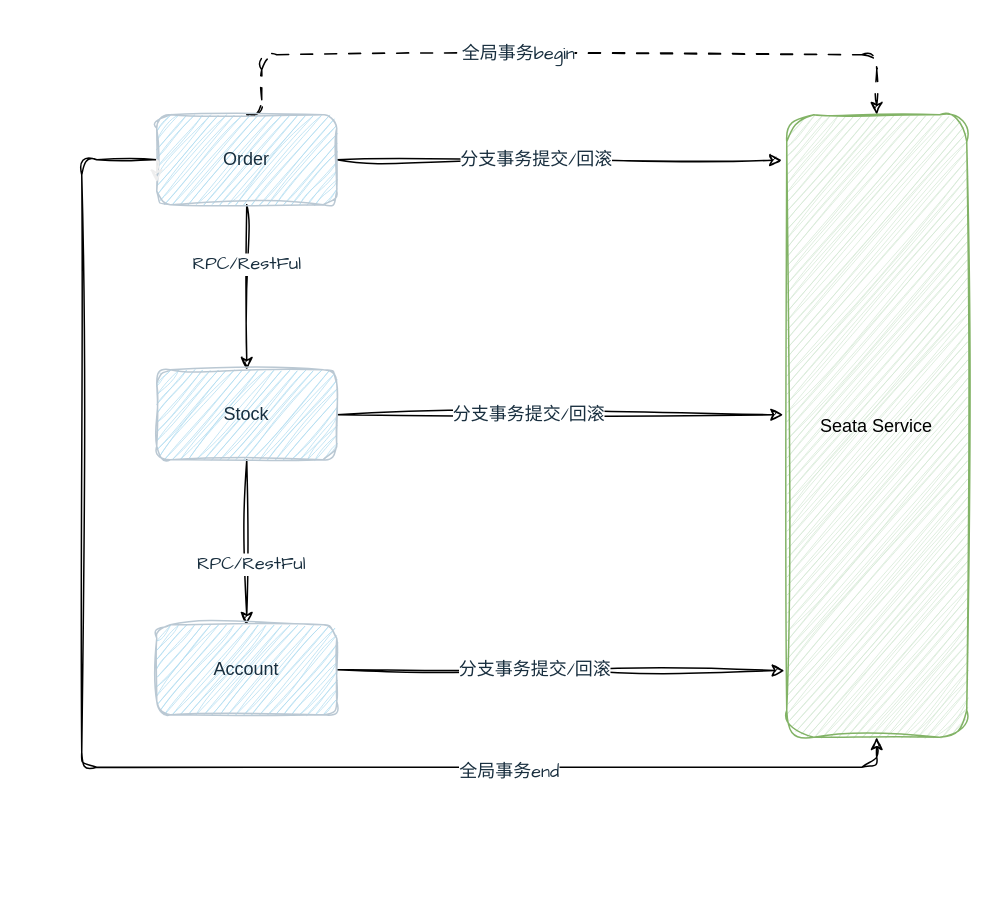
This is 分布式事务.drawio from lints123/draw_project, a draw.io file, before an edit. Source tidied: cells renumbered, new cells numbered last; positions are measured from the earlier drawing's top-left corner, leaving out a move shared by most shapes. Both pictures are drawn from the tidied source at 150%, with x=0, y=0 at pixel (81, 54).
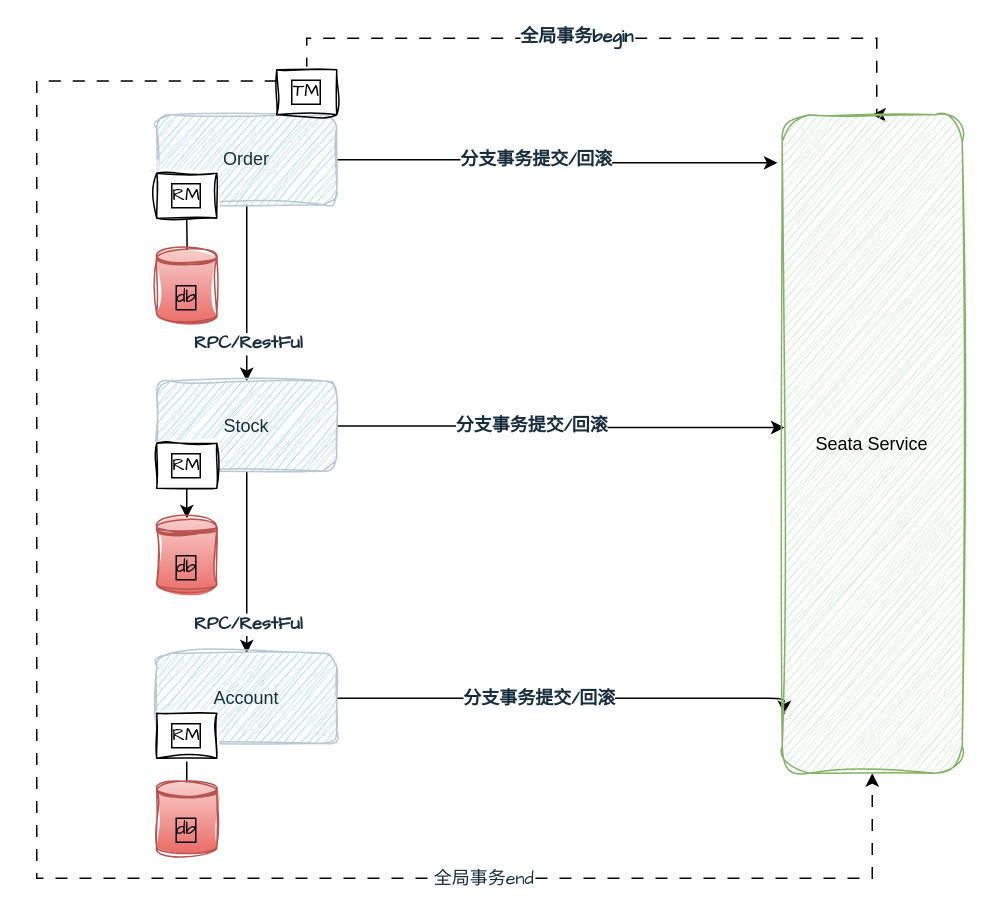
Above is the later version.

Commit message (it also covers changes not shown here):
更新分布式事务.drawio

The change refers to these unchanged cells:
```xml
<mxCell id="10" value="Order" style="rounded=1;whiteSpace=wrap;html=1;sketch=1;curveFitting=1;jiggle=2;labelBackgroundColor=none;fillColor=#B1DDF0;strokeColor=#BAC8D3;fontColor=#182E3E;" parent="1" vertex="1">
  <mxGeometry x="50" y="40" width="120" height="60" as="geometry" />
</mxCell>
```

Change to the diagram source:
```diff
@@
-    <mxCell id="2" style="edgeStyle=orthogonalEdgeStyle;rounded=1;jettySize=auto;html=1;sketch=1;curveFitting=1;jiggle=2;labelBackgroundColor=none;strokeColor=#000000;fontColor=default;" parent="1" edge="1" source="10" target="15">
+    <mxCell id="2" style="edgeStyle=orthogonalEdgeStyle;rounded=1;jettySize=auto;html=1;labelBackgroundColor=none;strokeColor=#000000;fontColor=default;" parent="1" edge="1" source="10" target="15">
       <mxGeometry relative="1" as="geometry" />
     </mxCell>
-    <mxCell id="3" value="RPC/RestFul" style="edgeLabel;html=1;align=center;verticalAlign=middle;fontSize=12;fontFamily=Architects Daughter;fontColor=#182E3E;" parent="2" vertex="1">
-      <mxGeometry x="-0.3" y="-1" relative="1" as="geometry" />
+    <mxCell id="3" value="RPC/RestFul" style="edgeLabel;align=center;verticalAlign=middle;fontSize=12;fontFamily=Architects Daughter;fontColor=#182E3E;html=1;fontStyle=1;" parent="2" vertex="1">
+      <mxGeometry x="-0.3" y="-1" relative="1" as="geometry">
+        <mxPoint x="1" y="51" as="offset" />
+      </mxGeometry>
     </mxCell>
-    <mxCell id="4" style="edgeStyle=orthogonalEdgeStyle;sketch=1;hachureGap=4;jiggle=2;curveFitting=1;jettySize=auto;html=1;entryX=0.5;entryY=0;entryDx=0;entryDy=0;strokeColor=#000000;fontFamily=Architects Daughter;fontSize=16;fontColor=#FFFFFF;dashed=1;rounded=1;dashPattern=8 8;exitX=0.5;exitY=0;exitDx=0;exitDy=0;" parent="1" edge="1" source="10" target="19">
+    <mxCell id="4" style="edgeStyle=orthogonalEdgeStyle;hachureGap=4;jettySize=auto;html=1;entryX=0.5;entryY=0;entryDx=0;entryDy=0;strokeColor=#000000;fontFamily=Architects Daughter;fontSize=16;fontColor=#FFFFFF;dashed=1;rounded=0;dashPattern=8 8;shadow=0;exitX=0.5;exitY=0;exitDx=0;exitDy=0;" parent="1" edge="1" source="22" target="19">
       <mxGeometry relative="1" as="geometry">
         <Array as="points">
-          <mxPoint x="120" y="40" />
-          <mxPoint x="120" />
-          <mxPoint x="530" />
+          <mxPoint x="150" y="-11" />
+          <mxPoint x="530" y="-11" />
         </Array>
       </mxGeometry>
     </mxCell>
-    <mxCell id="5" value="全局事务begin" style="edgeLabel;html=1;align=center;verticalAlign=middle;fontSize=12;fontFamily=Architects Daughter;fontColor=#182E3E;" parent="4" vertex="1">
+    <mxCell id="5" value="全局事务begin" style="edgeLabel;html=1;align=center;verticalAlign=middle;fontSize=12;fontFamily=Architects Daughter;fontColor=#182E3E;fontStyle=1;" parent="4" vertex="1">
       <mxGeometry x="-0.12" y="1" relative="1" as="geometry" />
     </mxCell>
-    <mxCell id="6" style="edgeStyle=orthogonalEdgeStyle;rounded=1;sketch=1;hachureGap=4;jiggle=2;curveFitting=1;jettySize=auto;html=1;strokeColor=#000000;fontFamily=Architects Daughter;fontSize=16;fontColor=#FFFFFF;entryX=-0.027;entryY=0.073;entryDx=0;entryDy=0;entryPerimeter=0;" parent="1" edge="1" source="10" target="19">
+    <mxCell id="6" style="edgeStyle=orthogonalEdgeStyle;rounded=1;hachureGap=4;jettySize=auto;html=1;strokeColor=#000000;fontFamily=Architects Daughter;fontSize=16;fontColor=#FFFFFF;entryX=-0.027;entryY=0.073;entryDx=0;entryDy=0;entryPerimeter=0;" parent="1" edge="1" source="10" target="19">
       <mxGeometry relative="1" as="geometry" />
     </mxCell>
-    <mxCell id="7" value="分支事务提交/回滚" style="edgeLabel;html=1;align=center;verticalAlign=middle;fontSize=12;fontFamily=Architects Daughter;fontColor=#182E3E;" parent="6" vertex="1">
+    <mxCell id="7" value="分支事务提交/回滚" style="edgeLabel;html=1;align=center;verticalAlign=middle;fontSize=12;fontFamily=Architects Daughter;fontColor=#182E3E;fontStyle=1;" parent="6" vertex="1">
       <mxGeometry x="-0.23" y="3" relative="1" as="geometry">
         <mxPoint x="18" y="3" as="offset" />
       </mxGeometry>
     </mxCell>
-    <mxCell id="8" style="edgeStyle=orthogonalEdgeStyle;rounded=1;sketch=1;hachureGap=4;jiggle=2;curveFitting=1;jettySize=auto;html=1;entryX=0.5;entryY=1;entryDx=0;entryDy=0;strokeColor=#000000;fontFamily=Architects Daughter;fontSize=12;fontColor=#FFFFFF;" parent="1" edge="1" source="10" target="19">
-      <mxGeometry relative="1" as="geometry">
-        <Array as="points">
-          <mxPoint y="70" />
-          <mxPoint y="475" />
-          <mxPoint x="530" y="475" />
-        </Array>
-      </mxGeometry>
-    </mxCell>
-    <mxCell id="9" value="全局事务end" style="edgeLabel;html=1;align=center;verticalAlign=middle;fontSize=12;fontFamily=Architects Daughter;fontColor=#182E3E;" parent="8" vertex="1">
-      <mxGeometry x="0.47" y="-3" relative="1" as="geometry" />
-    </mxCell>
@@
-    <mxCell id="11" style="edgeStyle=orthogonalEdgeStyle;rounded=1;jettySize=auto;html=1;sketch=1;curveFitting=1;jiggle=2;labelBackgroundColor=none;strokeColor=#000000;fontColor=default;" parent="1" edge="1" source="15" target="18">
+    <mxCell id="11" style="edgeStyle=orthogonalEdgeStyle;rounded=1;jettySize=auto;html=1;labelBackgroundColor=none;strokeColor=#000000;fontColor=default;" parent="1" edge="1" source="15" target="18">
       <mxGeometry relative="1" as="geometry" />
     </mxCell>
-    <mxCell id="12" value="RPC/RestFul" style="edgeLabel;html=1;align=center;verticalAlign=middle;fontSize=12;fontFamily=Architects Daughter;fontColor=#182E3E;" parent="11" vertex="1">
-      <mxGeometry x="0.26" y="2" relative="1" as="geometry" />
+    <mxCell id="12" value="RPC/RestFul" style="edgeLabel;html=1;align=center;verticalAlign=middle;fontSize=12;fontFamily=Architects Daughter;fontColor=#182E3E;fontStyle=1;" parent="11" vertex="1">
+      <mxGeometry x="0.26" y="2" relative="1" as="geometry">
+        <mxPoint x="-2" y="25" as="offset" />
+      </mxGeometry>
     </mxCell>
-    <mxCell id="13" style="edgeStyle=orthogonalEdgeStyle;rounded=1;sketch=1;hachureGap=4;jiggle=2;curveFitting=1;jettySize=auto;html=1;exitX=1;exitY=0.5;exitDx=0;exitDy=0;entryX=-0.02;entryY=0.482;entryDx=0;entryDy=0;entryPerimeter=0;strokeColor=#000000;fontFamily=Architects Daughter;fontSize=12;fontColor=#FFFFFF;" parent="1" edge="1" source="15" target="19">
+    <mxCell id="13" style="edgeStyle=orthogonalEdgeStyle;rounded=1;hachureGap=4;jettySize=auto;html=1;exitX=1;exitY=0.5;exitDx=0;exitDy=0;entryX=0.012;entryY=0.475;entryDx=0;entryDy=0;entryPerimeter=0;strokeColor=#000000;fontFamily=Architects Daughter;fontSize=12;fontColor=#FFFFFF;" parent="1" edge="1" source="15" target="19">
       <mxGeometry relative="1" as="geometry" />
     </mxCell>
-    <mxCell id="14" value="分支事务提交/回滚" style="edgeLabel;html=1;align=center;verticalAlign=middle;fontSize=12;fontFamily=Architects Daughter;fontColor=#182E3E;" parent="13" vertex="1">
+    <mxCell id="14" value="分支事务提交/回滚" style="edgeLabel;html=1;align=center;verticalAlign=middle;fontSize=12;fontFamily=Architects Daughter;fontColor=#182E3E;fontStyle=1;" parent="13" vertex="1">
       <mxGeometry x="-0.14" relative="1" as="geometry" />
     </mxCell>
     <mxCell id="15" value="Stock" style="whiteSpace=wrap;html=1;rounded=1;sketch=1;curveFitting=1;jiggle=2;labelBackgroundColor=none;fillColor=#B1DDF0;strokeColor=#BAC8D3;fontColor=#182E3E;" parent="1" vertex="1">
-      <mxGeometry x="50" y="210" width="120" height="60" as="geometry" />
+      <mxGeometry x="50" y="217.5" width="120" height="60" as="geometry" />
     </mxCell>
-    <mxCell id="16" style="edgeStyle=orthogonalEdgeStyle;rounded=1;sketch=1;hachureGap=4;jiggle=2;curveFitting=1;jettySize=auto;html=1;entryX=-0.013;entryY=0.893;entryDx=0;entryDy=0;entryPerimeter=0;strokeColor=#000000;fontFamily=Architects Daughter;fontSize=12;fontColor=#FFFFFF;" parent="1" edge="1" source="18" target="19">
-      <mxGeometry relative="1" as="geometry" />
+    <mxCell id="16" style="edgeStyle=orthogonalEdgeStyle;rounded=1;hachureGap=4;jettySize=auto;html=1;entryX=-0.013;entryY=0.893;entryDx=0;entryDy=0;entryPerimeter=0;strokeColor=#000000;fontFamily=Architects Daughter;fontSize=12;fontColor=#FFFFFF;" parent="1" edge="1" source="18">
+      <mxGeometry relative="1" as="geometry">
+        <mxPoint x="468.4" y="439.6" as="targetPoint" />
+        <Array as="points">
+          <mxPoint x="468" y="429" />
+        </Array>
+      </mxGeometry>
     </mxCell>
-    <mxCell id="17" value="分支事务提交/回滚" style="edgeLabel;html=1;align=center;verticalAlign=middle;fontSize=12;fontFamily=Architects Daughter;fontColor=#182E3E;" parent="16" vertex="1">
+    <mxCell id="17" value="分支事务提交/回滚" style="edgeLabel;html=1;align=center;verticalAlign=middle;fontSize=12;fontFamily=Architects Daughter;fontColor=#182E3E;fontStyle=1;" parent="16" vertex="1">
       <mxGeometry x="-0.24" y="-2" relative="1" as="geometry">
         <mxPoint x="17" y="-2" as="offset" />
       </mxGeometry>
     </mxCell>
     <mxCell id="18" value="Account" style="whiteSpace=wrap;html=1;rounded=1;sketch=1;curveFitting=1;jiggle=2;labelBackgroundColor=none;fillColor=#B1DDF0;strokeColor=#BAC8D3;fontColor=#182E3E;" parent="1" vertex="1">
-      <mxGeometry x="50" y="380" width="120" height="60" as="geometry" />
+      <mxGeometry x="50" y="399" width="120" height="60" as="geometry" />
     </mxCell>
+    <mxCell id="20" style="edgeStyle=orthogonalEdgeStyle;rounded=0;sketch=1;hachureGap=4;jiggle=2;curveFitting=1;orthogonalLoop=1;jettySize=auto;html=1;exitX=0;exitY=0.5;exitDx=0;exitDy=0;entryX=0;entryY=0.75;entryDx=0;entryDy=0;strokeColor=#EEEEEE;fontFamily=Architects Daughter;fontSize=16;fontColor=#FFFFFF;" parent="1" edge="1" source="10" target="10">
+      <mxGeometry relative="1" as="geometry" />
+    </mxCell>
+    <mxCell id="21" style="edgeStyle=orthogonalEdgeStyle;rounded=0;sketch=0;hachureGap=4;jiggle=2;curveFitting=1;jettySize=auto;html=1;exitX=0;exitY=0.25;exitDx=0;exitDy=0;entryX=0.5;entryY=1;entryDx=0;entryDy=0;shadow=0;strokeColor=#000000;fontFamily=Architects Daughter;fontSize=12;fontColor=#FFFFFF;dashed=1;dashPattern=8 8;" parent="1" edge="1" source="22" target="19">
+      <mxGeometry relative="1" as="geometry">
+        <Array as="points">
+          <mxPoint x="-30" y="18" />
+          <mxPoint x="-30" y="549" />
+          <mxPoint x="527" y="549" />
+        </Array>
+      </mxGeometry>
+    </mxCell>
+    <mxCell id="9" value="全局事务end" style="edgeLabel;html=1;align=center;verticalAlign=middle;fontSize=12;fontFamily=Architects Daughter;fontColor=#182E3E;" parent="21" vertex="1">
+      <mxGeometry x="0.5" relative="1" as="geometry" />
+    </mxCell>
+    <mxCell id="22" value="TM" style="rounded=0;whiteSpace=wrap;html=1;labelBorderColor=default;sketch=1;hachureGap=4;jiggle=2;curveFitting=1;fontFamily=Architects Daughter;fontSize=12;" parent="1" vertex="1">
+      <mxGeometry x="130" y="10" width="40" height="30" as="geometry" />
+    </mxCell>
+    <mxCell id="23" style="edgeStyle=orthogonalEdgeStyle;rounded=0;sketch=0;hachureGap=4;jiggle=2;curveFitting=1;jettySize=auto;html=1;exitX=0.5;exitY=1;exitDx=0;exitDy=0;entryX=0.51;entryY=0.28;entryDx=0;entryDy=0;entryPerimeter=0;shadow=0;strokeColor=#000000;fontFamily=Architects Daughter;fontSize=12;fontColor=#FFFFFF;" parent="1" edge="1" source="24" target="29">
+      <mxGeometry relative="1" as="geometry" />
+    </mxCell>
+    <mxCell id="24" value="RM" style="rounded=0;whiteSpace=wrap;html=1;labelBorderColor=default;sketch=1;hachureGap=4;jiggle=2;curveFitting=1;fontFamily=Architects Daughter;fontSize=12;" parent="1" vertex="1">
+      <mxGeometry x="50" y="79" width="40" height="30" as="geometry" />
+    </mxCell>
+    <mxCell id="25" style="edgeStyle=orthogonalEdgeStyle;rounded=0;sketch=0;hachureGap=4;jiggle=2;curveFitting=1;jettySize=auto;html=1;exitX=0.5;exitY=1;exitDx=0;exitDy=0;entryX=0.5;entryY=0;entryDx=0;entryDy=0;shadow=0;strokeColor=#000000;fontFamily=Architects Daughter;fontSize=12;fontColor=#FFFFFF;" parent="1" edge="1" source="26" target="31">
+      <mxGeometry relative="1" as="geometry">
+        <Array as="points">
+          <mxPoint x="70" y="519" />
+          <mxPoint x="70" y="519" />
+        </Array>
+      </mxGeometry>
+    </mxCell>
+    <mxCell id="26" value="RM" style="rounded=0;whiteSpace=wrap;html=1;labelBorderColor=default;sketch=1;hachureGap=4;jiggle=2;curveFitting=1;fontFamily=Architects Daughter;fontSize=12;" parent="1" vertex="1">
+      <mxGeometry x="50" y="439" width="40" height="30" as="geometry" />
+    </mxCell>
+    <mxCell id="27" style="edgeStyle=orthogonalEdgeStyle;rounded=0;sketch=0;hachureGap=4;jiggle=2;curveFitting=1;jettySize=auto;html=1;exitX=0.5;exitY=1;exitDx=0;exitDy=0;shadow=0;strokeColor=#000000;fontFamily=Architects Daughter;fontSize=12;fontColor=#FFFFFF;" parent="1" edge="1" source="28" target="30">
+      <mxGeometry relative="1" as="geometry" />
+    </mxCell>
+    <mxCell id="28" value="RM" style="rounded=0;whiteSpace=wrap;html=1;labelBorderColor=default;sketch=1;hachureGap=4;jiggle=2;curveFitting=1;fontFamily=Architects Daughter;fontSize=12;" parent="1" vertex="1">
+      <mxGeometry x="50" y="259" width="40" height="30" as="geometry" />
+    </mxCell>
+    <mxCell id="29" value="db" style="shape=datastore;whiteSpace=wrap;html=1;labelBorderColor=default;sketch=1;hachureGap=4;jiggle=2;curveFitting=1;strokeColor=#b85450;fontFamily=Architects Daughter;fontSize=12;fillColor=#f8cecc;gradientColor=#ea6b66;" parent="1" vertex="1">
+      <mxGeometry x="50" y="129" width="40" height="50" as="geometry" />
+    </mxCell>
+    <mxCell id="30" value="db" style="shape=datastore;whiteSpace=wrap;html=1;labelBorderColor=default;sketch=1;hachureGap=4;jiggle=2;curveFitting=1;strokeColor=#b85450;fontFamily=Architects Daughter;fontSize=12;fillColor=#f8cecc;gradientColor=#ea6b66;" parent="1" vertex="1">
+      <mxGeometry x="50" y="309" width="40" height="50" as="geometry" />
+    </mxCell>
+    <mxCell id="31" value="db" style="shape=datastore;whiteSpace=wrap;html=1;labelBorderColor=default;sketch=1;hachureGap=4;jiggle=2;curveFitting=1;strokeColor=#b85450;fontFamily=Architects Daughter;fontSize=12;fillColor=#f8cecc;gradientColor=#ea6b66;" parent="1" vertex="1">
+      <mxGeometry x="50" y="484" width="40" height="50" as="geometry" />
+    </mxCell>
     <mxCell id="19" value="Seata Service" style="rounded=1;whiteSpace=wrap;html=1;sketch=1;curveFitting=1;jiggle=2;labelBackgroundColor=none;fillColor=#d5e8d4;strokeColor=#82b366;" parent="1" vertex="1">
-      <mxGeometry x="470" y="40" width="120" height="415" as="geometry" />
+      <mxGeometry x="467" y="40" width="120" height="439" as="geometry" />
     </mxCell>
-    <mxCell id="20" style="edgeStyle=orthogonalEdgeStyle;rounded=0;sketch=1;hachureGap=4;jiggle=2;curveFitting=1;orthogonalLoop=1;jettySize=auto;html=1;exitX=0;exitY=0.5;exitDx=0;exitDy=0;entryX=0;entryY=0.75;entryDx=0;entryDy=0;strokeColor=#EEEEEE;fontFamily=Architects Daughter;fontSize=16;fontColor=#FFFFFF;" parent="1" edge="1" source="10" target="10">
-      <mxGeometry relative="1" as="geometry" />
-    </mxCell>
```
